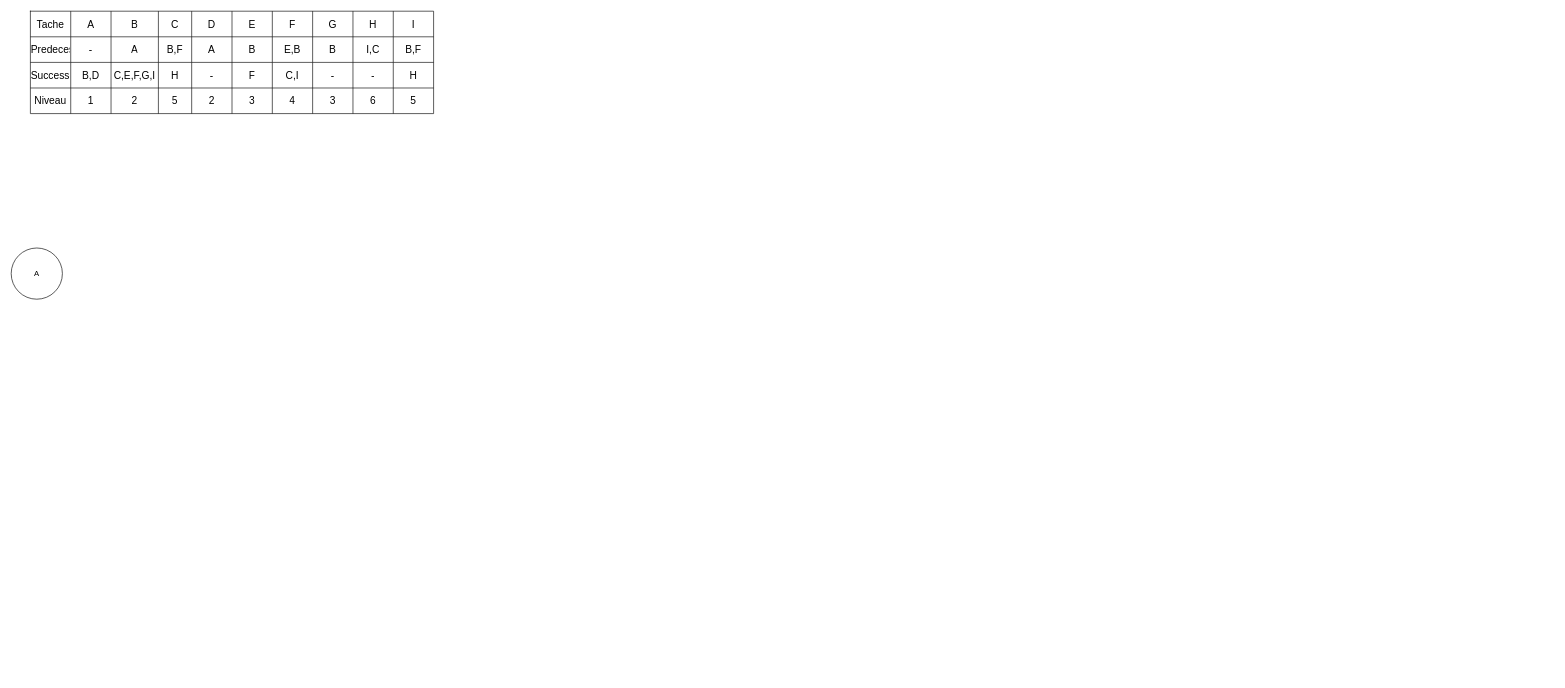
The draw.io diagram page "Page-2" (2 of 2) of ucv_app_operations_research.drawio in McleanServices/transportPrototype, before the edit. Source tidied: cells renumbered, new cells numbered last; positions are measured from the earlier drawing's top-left corner, leaving out a move shared by most shapes. Both pictures are drawn from the tidied source at 64%, with x=0, y=0 at pixel (11, 11).
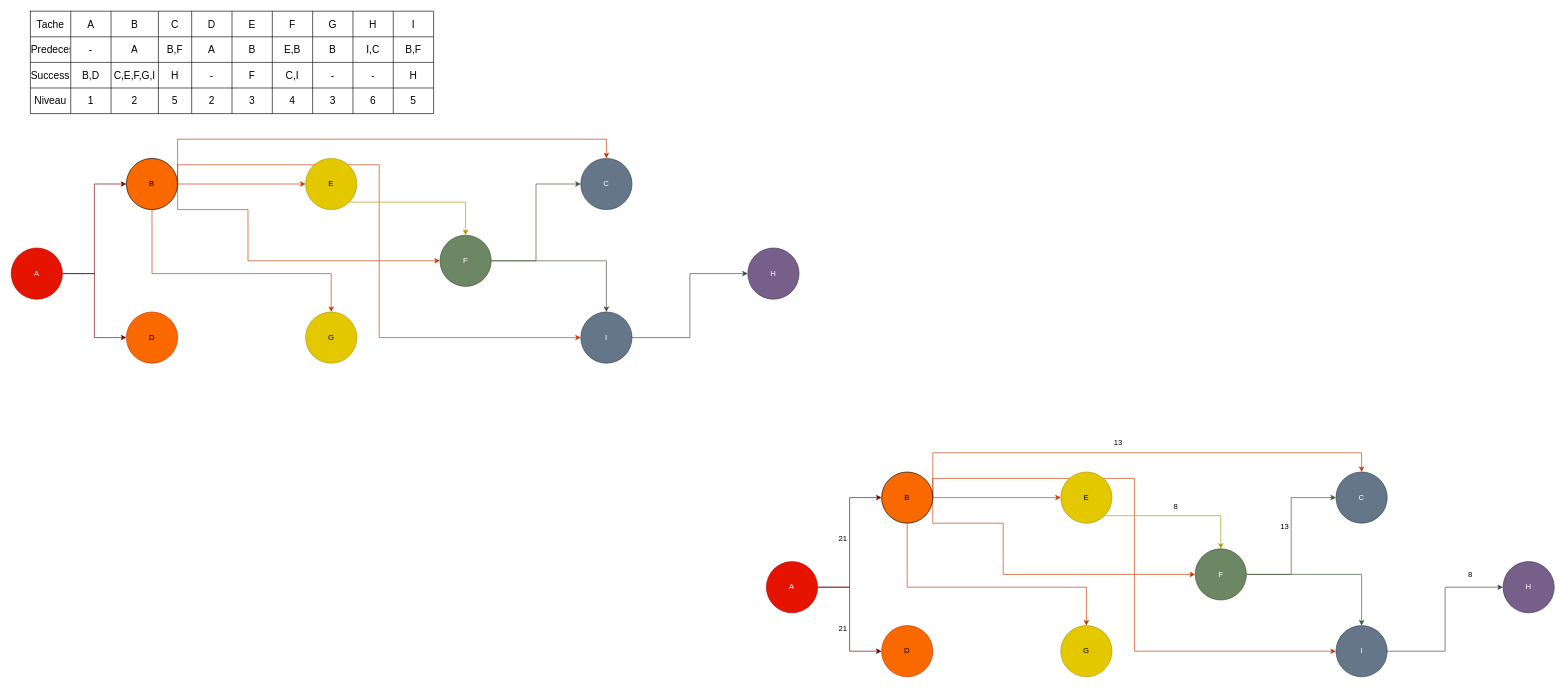
After the change.

The edit, as a diff of the source:
```diff
@@
+    <mxCell id="48" style="edgeStyle=orthogonalEdgeStyle;rounded=0;jettySize=auto;html=1;exitX=1;exitY=0.5;exitDx=0;exitDy=0;entryX=0;entryY=0.5;entryDx=0;entryDy=0;fillColor=#a20025;strokeColor=#6F0000;" parent="1" edge="1" source="47" target="55">
+      <mxGeometry relative="1" as="geometry" />
+    </mxCell>
+    <mxCell id="49" style="edgeStyle=orthogonalEdgeStyle;rounded=0;jettySize=auto;html=1;entryX=0;entryY=0.5;entryDx=0;entryDy=0;fillColor=#a20025;strokeColor=#6F0000;" parent="1" edge="1" source="47" target="56">
+      <mxGeometry relative="1" as="geometry" />
+    </mxCell>
-    <mxCell id="47" value="A" style="ellipse;whiteSpace=wrap;html=1;" parent="1" vertex="1">
+    <mxCell id="47" value="A" style="ellipse;whiteSpace=wrap;html=1;fillColor=#e51400;fontColor=#ffffff;strokeColor=#B20000;" parent="1" vertex="1">
       <mxGeometry y="370" width="80" height="80" as="geometry" />
     </mxCell>
+    <mxCell id="50" style="edgeStyle=orthogonalEdgeStyle;rounded=0;jettySize=auto;html=1;entryX=0;entryY=0.5;entryDx=0;entryDy=0;fillColor=#fa6800;strokeColor=#C73500;" parent="1" edge="1" source="55" target="58">
+      <mxGeometry relative="1" as="geometry">
+        <Array as="points">
+          <mxPoint x="420" y="270" />
+          <mxPoint x="420" y="270" />
+        </Array>
+      </mxGeometry>
+    </mxCell>
+    <mxCell id="51" style="edgeStyle=orthogonalEdgeStyle;rounded=0;jettySize=auto;html=1;exitX=1;exitY=0.5;exitDx=0;exitDy=0;fillColor=#fa6800;strokeColor=#C73500;" parent="1" edge="1" source="55" target="63">
+      <mxGeometry relative="1" as="geometry">
+        <Array as="points">
+          <mxPoint x="260" y="200" />
+          <mxPoint x="930" y="200" />
+        </Array>
+      </mxGeometry>
+    </mxCell>
+    <mxCell id="52" style="edgeStyle=orthogonalEdgeStyle;rounded=0;jettySize=auto;html=1;exitX=1;exitY=0.5;exitDx=0;exitDy=0;entryX=0;entryY=0.5;entryDx=0;entryDy=0;fillColor=#fa6800;strokeColor=#C73500;" parent="1" edge="1" source="55" target="62">
+      <mxGeometry relative="1" as="geometry">
+        <Array as="points">
+          <mxPoint x="260" y="310" />
+          <mxPoint x="370" y="310" />
+          <mxPoint x="370" y="390" />
+        </Array>
+      </mxGeometry>
+    </mxCell>
+    <mxCell id="53" style="edgeStyle=orthogonalEdgeStyle;rounded=0;jettySize=auto;html=1;entryX=0.5;entryY=0;entryDx=0;entryDy=0;fillColor=#fa6800;strokeColor=#C73500;" parent="1" edge="1" source="55" target="59">
+      <mxGeometry relative="1" as="geometry">
+        <Array as="points">
+          <mxPoint x="220" y="410" />
+          <mxPoint x="500" y="410" />
+        </Array>
+      </mxGeometry>
+    </mxCell>
+    <mxCell id="54" style="edgeStyle=orthogonalEdgeStyle;rounded=0;jettySize=auto;html=1;exitX=1;exitY=0.5;exitDx=0;exitDy=0;entryX=0;entryY=0.5;entryDx=0;entryDy=0;fillColor=#fa6800;strokeColor=#C73500;" parent="1" edge="1" source="55" target="65">
+      <mxGeometry relative="1" as="geometry">
+        <Array as="points">
+          <mxPoint x="260" y="240" />
+          <mxPoint x="575" y="240" />
+          <mxPoint x="575" y="510" />
+        </Array>
+      </mxGeometry>
+    </mxCell>
+    <mxCell id="55" value="B" style="ellipse;whiteSpace=wrap;html=1;fillColor=#fa6800;fontColor=#000000;strokeColor=default;gradientColor=none;" parent="1" vertex="1">
+      <mxGeometry x="180" y="230" width="80" height="80" as="geometry" />
+    </mxCell>
+    <mxCell id="56" value="D" style="ellipse;whiteSpace=wrap;html=1;fillColor=#fa6800;fontColor=#000000;strokeColor=#C73500;" parent="1" vertex="1">
+      <mxGeometry x="180" y="470" width="80" height="80" as="geometry" />
+    </mxCell>
+    <mxCell id="57" style="edgeStyle=orthogonalEdgeStyle;rounded=0;jettySize=auto;html=1;exitX=1;exitY=1;exitDx=0;exitDy=0;fillColor=#e3c800;strokeColor=#B09500;" parent="1" edge="1" source="58" target="62">
+      <mxGeometry relative="1" as="geometry" />
+    </mxCell>
+    <mxCell id="58" value="E" style="ellipse;whiteSpace=wrap;html=1;fillColor=#e3c800;fontColor=#000000;strokeColor=#B09500;gradientColor=none;" parent="1" vertex="1">
+      <mxGeometry x="460" y="230" width="80" height="80" as="geometry" />
+    </mxCell>
+    <mxCell id="59" value="G" style="ellipse;whiteSpace=wrap;html=1;fillColor=#e3c800;fontColor=#000000;strokeColor=#B09500;" parent="1" vertex="1">
+      <mxGeometry x="460" y="470" width="80" height="80" as="geometry" />
+    </mxCell>
+    <mxCell id="60" style="edgeStyle=orthogonalEdgeStyle;rounded=0;jettySize=auto;html=1;entryX=0;entryY=0.5;entryDx=0;entryDy=0;fillColor=#6d8764;strokeColor=#3A5431;" parent="1" edge="1" source="62" target="63">
+      <mxGeometry relative="1" as="geometry" />
+    </mxCell>
+    <mxCell id="61" style="edgeStyle=orthogonalEdgeStyle;rounded=0;jettySize=auto;html=1;fillColor=#6d8764;strokeColor=#3A5431;" parent="1" edge="1" source="62" target="65">
+      <mxGeometry relative="1" as="geometry" />
+    </mxCell>
+    <mxCell id="62" value="F" style="ellipse;whiteSpace=wrap;html=1;fillColor=#6d8764;fontColor=#ffffff;strokeColor=#3A5431;" parent="1" vertex="1">
+      <mxGeometry x="670" y="350" width="80" height="80" as="geometry" />
+    </mxCell>
+    <mxCell id="63" value="C" style="ellipse;whiteSpace=wrap;html=1;fillColor=#647687;fontColor=#ffffff;strokeColor=#314354;" parent="1" vertex="1">
+      <mxGeometry x="890" y="230" width="80" height="80" as="geometry" />
+    </mxCell>
+    <mxCell id="64" style="edgeStyle=orthogonalEdgeStyle;rounded=0;jettySize=auto;html=1;entryX=0;entryY=0.5;entryDx=0;entryDy=0;fillColor=#647687;strokeColor=#314354;" parent="1" edge="1" source="65" target="66">
+      <mxGeometry relative="1" as="geometry" />
+    </mxCell>
+    <mxCell id="65" value="I" style="ellipse;whiteSpace=wrap;html=1;fillColor=#647687;fontColor=#ffffff;strokeColor=#314354;" parent="1" vertex="1">
+      <mxGeometry x="890" y="470" width="80" height="80" as="geometry" />
+    </mxCell>
+    <mxCell id="66" value="H" style="ellipse;whiteSpace=wrap;html=1;fillColor=#76608a;fontColor=#ffffff;strokeColor=#432D57;" parent="1" vertex="1">
+      <mxGeometry x="1151" y="370" width="80" height="80" as="geometry" />
+    </mxCell>
+    <mxCell id="67" style="edgeStyle=orthogonalEdgeStyle;rounded=0;jettySize=auto;html=1;exitX=1;exitY=0.5;exitDx=0;exitDy=0;entryX=0;entryY=0.5;entryDx=0;entryDy=0;fillColor=#a20025;strokeColor=#6F0000;" parent="1" edge="1" source="69" target="75">
+      <mxGeometry relative="1" as="geometry" />
+    </mxCell>
+    <mxCell id="68" style="edgeStyle=orthogonalEdgeStyle;rounded=0;jettySize=auto;html=1;entryX=0;entryY=0.5;entryDx=0;entryDy=0;fillColor=#a20025;strokeColor=#6F0000;" parent="1" edge="1" source="69" target="76">
+      <mxGeometry relative="1" as="geometry" />
+    </mxCell>
+    <mxCell id="69" value="A" style="ellipse;whiteSpace=wrap;html=1;fillColor=#e51400;fontColor=#ffffff;strokeColor=#B20000;" parent="1" vertex="1">
+      <mxGeometry x="1180" y="860" width="80" height="80" as="geometry" />
+    </mxCell>
+    <mxCell id="70" style="edgeStyle=orthogonalEdgeStyle;rounded=0;jettySize=auto;html=1;entryX=0;entryY=0.5;entryDx=0;entryDy=0;fillColor=#fa6800;strokeColor=#C73500;" parent="1" edge="1" source="75" target="78">
+      <mxGeometry relative="1" as="geometry">
+        <Array as="points">
+          <mxPoint x="1600" y="760" />
+          <mxPoint x="1600" y="760" />
+        </Array>
+      </mxGeometry>
+    </mxCell>
+    <mxCell id="71" style="edgeStyle=orthogonalEdgeStyle;rounded=0;jettySize=auto;html=1;exitX=1;exitY=0.5;exitDx=0;exitDy=0;fillColor=#fa6800;strokeColor=#C73500;" parent="1" edge="1" source="75" target="83">
+      <mxGeometry relative="1" as="geometry">
+        <Array as="points">
+          <mxPoint x="1440" y="690" />
+          <mxPoint x="2110" y="690" />
+        </Array>
+      </mxGeometry>
+    </mxCell>
+    <mxCell id="72" style="edgeStyle=orthogonalEdgeStyle;rounded=0;jettySize=auto;html=1;exitX=1;exitY=0.5;exitDx=0;exitDy=0;entryX=0;entryY=0.5;entryDx=0;entryDy=0;fillColor=#fa6800;strokeColor=#C73500;" parent="1" edge="1" source="75" target="82">
+      <mxGeometry relative="1" as="geometry">
+        <Array as="points">
+          <mxPoint x="1440" y="800" />
+          <mxPoint x="1550" y="800" />
+          <mxPoint x="1550" y="880" />
+        </Array>
+      </mxGeometry>
+    </mxCell>
+    <mxCell id="73" style="edgeStyle=orthogonalEdgeStyle;rounded=0;jettySize=auto;html=1;entryX=0.5;entryY=0;entryDx=0;entryDy=0;fillColor=#fa6800;strokeColor=#C73500;" parent="1" edge="1" source="75" target="79">
+      <mxGeometry relative="1" as="geometry">
+        <Array as="points">
+          <mxPoint x="1400" y="900" />
+          <mxPoint x="1680" y="900" />
+        </Array>
+      </mxGeometry>
+    </mxCell>
+    <mxCell id="74" style="edgeStyle=orthogonalEdgeStyle;rounded=0;jettySize=auto;html=1;exitX=1;exitY=0.5;exitDx=0;exitDy=0;entryX=0;entryY=0.5;entryDx=0;entryDy=0;fillColor=#fa6800;strokeColor=#C73500;" parent="1" edge="1" source="75" target="85">
+      <mxGeometry relative="1" as="geometry">
+        <Array as="points">
+          <mxPoint x="1440" y="730" />
+          <mxPoint x="1755" y="730" />
+          <mxPoint x="1755" y="1000" />
+        </Array>
+      </mxGeometry>
+    </mxCell>
+    <mxCell id="75" value="B" style="ellipse;whiteSpace=wrap;html=1;fillColor=#fa6800;fontColor=#000000;strokeColor=default;gradientColor=none;" parent="1" vertex="1">
+      <mxGeometry x="1360" y="720" width="80" height="80" as="geometry" />
+    </mxCell>
+    <mxCell id="76" value="D" style="ellipse;whiteSpace=wrap;html=1;fillColor=#fa6800;fontColor=#000000;strokeColor=#C73500;" parent="1" vertex="1">
+      <mxGeometry x="1360" y="960" width="80" height="80" as="geometry" />
+    </mxCell>
+    <mxCell id="77" style="edgeStyle=orthogonalEdgeStyle;rounded=0;jettySize=auto;html=1;exitX=1;exitY=1;exitDx=0;exitDy=0;fillColor=#e3c800;strokeColor=#B09500;" parent="1" edge="1" source="78" target="82">
+      <mxGeometry relative="1" as="geometry" />
+    </mxCell>
+    <mxCell id="78" value="E" style="ellipse;whiteSpace=wrap;html=1;fillColor=#e3c800;fontColor=#000000;strokeColor=#B09500;gradientColor=none;" parent="1" vertex="1">
+      <mxGeometry x="1640" y="720" width="80" height="80" as="geometry" />
+    </mxCell>
+    <mxCell id="79" value="G" style="ellipse;whiteSpace=wrap;html=1;fillColor=#e3c800;fontColor=#000000;strokeColor=#B09500;" parent="1" vertex="1">
+      <mxGeometry x="1640" y="960" width="80" height="80" as="geometry" />
+    </mxCell>
+    <mxCell id="80" style="edgeStyle=orthogonalEdgeStyle;rounded=0;jettySize=auto;html=1;entryX=0;entryY=0.5;entryDx=0;entryDy=0;fillColor=#6d8764;strokeColor=#3A5431;" parent="1" edge="1" source="82" target="83">
+      <mxGeometry relative="1" as="geometry" />
+    </mxCell>
+    <mxCell id="81" style="edgeStyle=orthogonalEdgeStyle;rounded=0;jettySize=auto;html=1;fillColor=#6d8764;strokeColor=#3A5431;" parent="1" edge="1" source="82" target="85">
+      <mxGeometry relative="1" as="geometry" />
+    </mxCell>
+    <mxCell id="82" value="F" style="ellipse;whiteSpace=wrap;html=1;fillColor=#6d8764;fontColor=#ffffff;strokeColor=#3A5431;" parent="1" vertex="1">
+      <mxGeometry x="1850" y="840" width="80" height="80" as="geometry" />
+    </mxCell>
+    <mxCell id="83" value="C" style="ellipse;whiteSpace=wrap;html=1;fillColor=#647687;fontColor=#ffffff;strokeColor=#314354;" parent="1" vertex="1">
+      <mxGeometry x="2070" y="720" width="80" height="80" as="geometry" />
+    </mxCell>
+    <mxCell id="84" style="edgeStyle=orthogonalEdgeStyle;rounded=0;jettySize=auto;html=1;entryX=0;entryY=0.5;entryDx=0;entryDy=0;fillColor=#647687;strokeColor=#314354;" parent="1" edge="1" source="85" target="86">
+      <mxGeometry relative="1" as="geometry" />
+    </mxCell>
+    <mxCell id="85" value="I" style="ellipse;whiteSpace=wrap;html=1;fillColor=#647687;fontColor=#ffffff;strokeColor=#314354;" parent="1" vertex="1">
+      <mxGeometry x="2070" y="960" width="80" height="80" as="geometry" />
+    </mxCell>
+    <mxCell id="86" value="H" style="ellipse;whiteSpace=wrap;html=1;fillColor=#76608a;fontColor=#ffffff;strokeColor=#432D57;" parent="1" vertex="1">
+      <mxGeometry x="2331" y="860" width="80" height="80" as="geometry" />
+    </mxCell>
+    <mxCell id="87" value="21" style="text;html=1;align=center;verticalAlign=middle;whiteSpace=wrap;rounded=0;" parent="1" vertex="1">
+      <mxGeometry x="1270" y="810" width="60" height="30" as="geometry" />
+    </mxCell>
+    <mxCell id="88" value="21" style="text;html=1;align=center;verticalAlign=middle;whiteSpace=wrap;rounded=0;" parent="1" vertex="1">
+      <mxGeometry x="1270" y="950" width="60" height="30" as="geometry" />
+    </mxCell>
+    <mxCell id="89" value="13" style="text;html=1;align=center;verticalAlign=middle;whiteSpace=wrap;rounded=0;" parent="1" vertex="1">
+      <mxGeometry x="1700" y="660" width="60" height="30" as="geometry" />
+    </mxCell>
+    <mxCell id="90" value="8" style="text;html=1;align=center;verticalAlign=middle;whiteSpace=wrap;rounded=0;" parent="1" vertex="1">
+      <mxGeometry x="1790" y="760" width="60" height="30" as="geometry" />
+    </mxCell>
+    <mxCell id="91" value="13" style="text;html=1;align=center;verticalAlign=middle;whiteSpace=wrap;rounded=0;" parent="1" vertex="1">
+      <mxGeometry x="1960" y="790" width="60" height="30" as="geometry" />
+    </mxCell>
+    <mxCell id="92" value="8" style="text;html=1;align=center;verticalAlign=middle;whiteSpace=wrap;rounded=0;" parent="1" vertex="1">
+      <mxGeometry x="2250" y="865" width="60" height="30" as="geometry" />
+    </mxCell>
```
